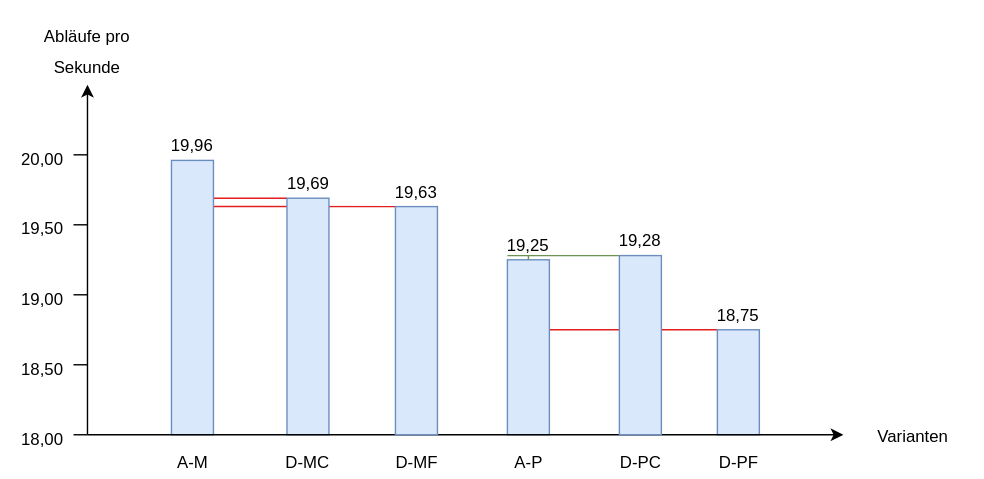
Before: svg/PerformanceReqPerSec Delay.svg, a diagram exported from draw.io (Thalmaier/bachelor-thesis). Source tidied: cells renumbered, new cells last; positions are measured from the earlier drawing's top-left corner, leaving out a move shared by most shapes.
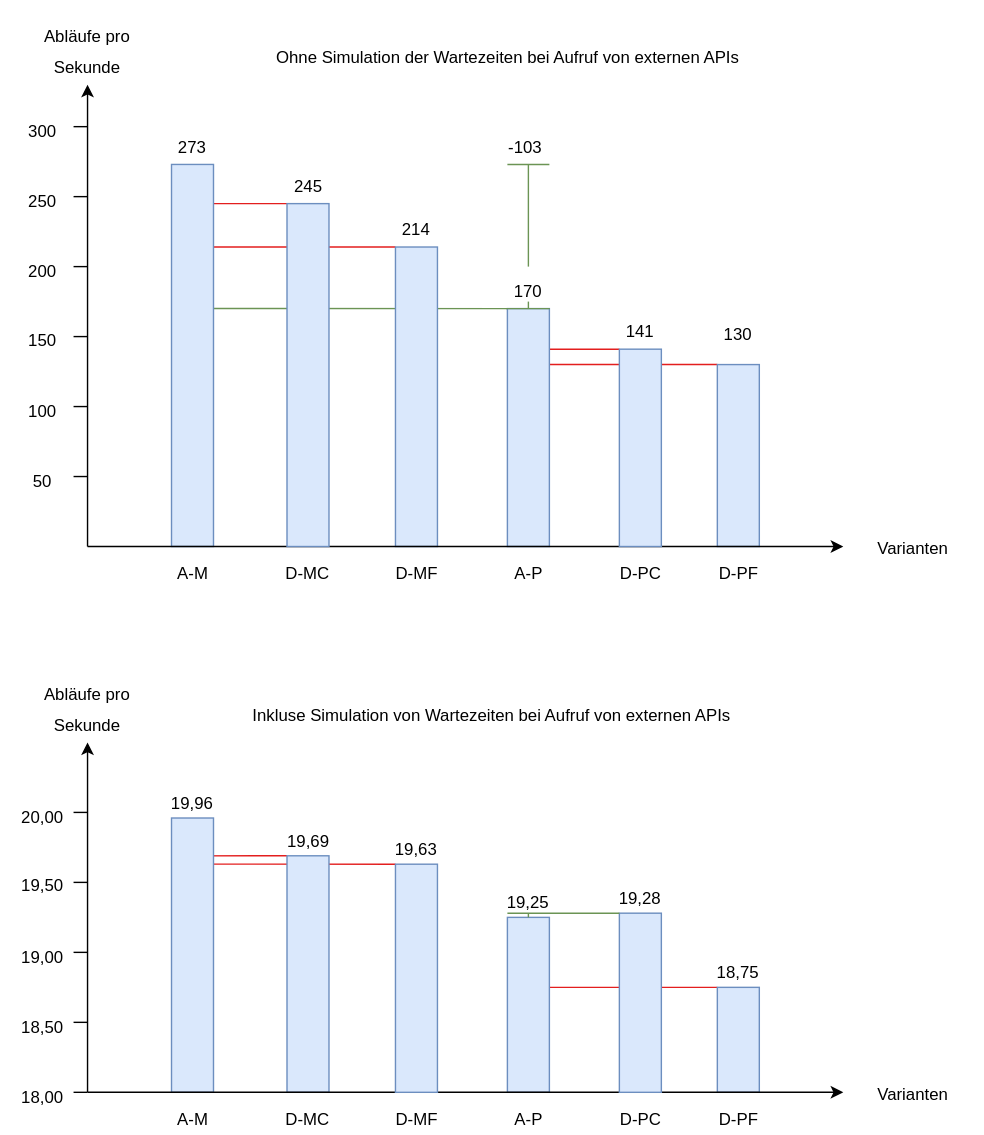
After the commit.

The edit, as a diff of the source:
```diff
@@ -139,5 +139,186 @@
         <mxPoint x="377" y="182" as="targetPoint" />
       </mxGeometry>
     </mxCell>
+    <mxCell id="40" value="50" style="text;html=1;strokeColor=none;fillColor=none;align=center;verticalAlign=middle;whiteSpace=wrap;rounded=0;" parent="1" vertex="1">
+      <mxGeometry y="-136" width="60" height="20" as="geometry" />
+    </mxCell>
+    <mxCell id="41" value="100" style="text;html=1;strokeColor=none;fillColor=none;align=center;verticalAlign=middle;whiteSpace=wrap;rounded=0;" parent="1" vertex="1">
+      <mxGeometry y="-186" width="60" height="20" as="geometry" />
+    </mxCell>
+    <mxCell id="42" value="150" style="text;html=1;strokeColor=none;fillColor=none;align=center;verticalAlign=middle;whiteSpace=wrap;rounded=0;" parent="1" vertex="1">
+      <mxGeometry y="-237" width="60" height="20" as="geometry" />
+    </mxCell>
+    <mxCell id="43" value="200" style="text;html=1;strokeColor=none;fillColor=none;align=center;verticalAlign=middle;whiteSpace=wrap;rounded=0;" parent="1" vertex="1">
+      <mxGeometry y="-286" width="60" height="20" as="geometry" />
+    </mxCell>
+    <mxCell id="44" value="250" style="text;html=1;strokeColor=none;fillColor=none;align=center;verticalAlign=middle;whiteSpace=wrap;rounded=0;" parent="1" vertex="1">
+      <mxGeometry y="-336" width="60" height="20" as="geometry" />
+    </mxCell>
+    <mxCell id="45" value="300" style="text;html=1;strokeColor=none;fillColor=none;align=center;verticalAlign=middle;whiteSpace=wrap;rounded=0;" parent="1" vertex="1">
+      <mxGeometry y="-386" width="60" height="20" as="geometry" />
+    </mxCell>
+    <mxCell id="46" style="endArrow=none;html=1;rounded=0;strokeColor=#6B9454;entryX=0;entryY=0;entryDx=0;entryDy=0;exitX=0.333;exitY=0.377;exitDx=0;exitDy=0;exitPerimeter=0;fillColor=#d5e8d4;" parent="1" edge="1" source="52" target="54">
+      <mxGeometry relative="1" as="geometry" />
+    </mxCell>
+    <mxCell id="47" style="endArrow=none;html=1;rounded=0;entryX=0;entryY=0;entryDx=0;entryDy=0;fillColor=#f8cecc;strokeColor=#E31E1E;" parent="1" edge="1" target="76">
+      <mxGeometry relative="1" as="geometry">
+        <mxPoint x="372" y="-221" as="sourcePoint" />
+      </mxGeometry>
+    </mxCell>
+    <mxCell id="48" style="endArrow=none;html=1;rounded=0;entryX=0;entryY=0;entryDx=0;entryDy=0;fillColor=#f8cecc;strokeColor=#E31E1E;" parent="1" edge="1" target="73">
+      <mxGeometry relative="1" as="geometry">
+        <mxPoint x="132" y="-325" as="sourcePoint" />
+      </mxGeometry>
+    </mxCell>
+    <mxCell id="49" style="endArrow=none;html=1;rounded=0;entryX=0;entryY=0;entryDx=0;entryDy=0;exitX=0.667;exitY=0.216;exitDx=0;exitDy=0;exitPerimeter=0;fillColor=#f8cecc;strokeColor=#E31E1E;" parent="1" edge="1" source="52" target="53">
+      <mxGeometry relative="1" as="geometry" />
+    </mxCell>
+    <mxCell id="50" style="endArrow=none;html=1;rounded=0;entryX=0;entryY=0;entryDx=0;entryDy=0;fillColor=#f8cecc;strokeColor=#E31E1E;" parent="1" edge="1" target="55">
+      <mxGeometry relative="1" as="geometry">
+        <mxPoint x="382" y="-210" as="sourcePoint" />
+      </mxGeometry>
+    </mxCell>
+    <mxCell id="51" style="endArrow=classic;html=1;rounded=0;strokeColor=#000000;" parent="1" edge="1">
+      <mxGeometry relative="1" as="geometry">
+        <mxPoint x="62" y="-80" as="sourcePoint" />
+        <mxPoint x="62" y="-410" as="targetPoint" />
+      </mxGeometry>
+    </mxCell>
+    <mxCell id="52" style="rounded=0;whiteSpace=wrap;html=1;rotation=0;fillColor=#dae8fc;strokeColor=#6c8ebf;" parent="1" vertex="1">
+      <mxGeometry x="122" y="-353" width="30" height="273" as="geometry" />
+    </mxCell>
+    <mxCell id="53" style="rounded=0;whiteSpace=wrap;html=1;rotation=0;fillColor=#dae8fc;strokeColor=#6c8ebf;" parent="1" vertex="1">
+      <mxGeometry x="282" y="-294" width="30" height="214" as="geometry" />
+    </mxCell>
+    <mxCell id="54" style="rounded=0;whiteSpace=wrap;html=1;rotation=0;fillColor=#dae8fc;strokeColor=#6c8ebf;" parent="1" vertex="1">
+      <mxGeometry x="362" y="-250" width="30" height="170" as="geometry" />
+    </mxCell>
+    <mxCell id="55" style="rounded=0;whiteSpace=wrap;html=1;rotation=0;fillColor=#dae8fc;strokeColor=#6c8ebf;" parent="1" vertex="1">
+      <mxGeometry x="512" y="-210" width="30" height="130" as="geometry" />
+    </mxCell>
+    <mxCell id="56" value="273" style="text;html=1;strokeColor=none;fillColor=none;align=center;verticalAlign=middle;whiteSpace=wrap;rounded=0;" parent="1" vertex="1">
+      <mxGeometry x="107" y="-375" width="60" height="20" as="geometry" />
+    </mxCell>
+    <mxCell id="57" value="214" style="text;html=1;strokeColor=none;fillColor=none;align=center;verticalAlign=middle;whiteSpace=wrap;rounded=0;" parent="1" vertex="1">
+      <mxGeometry x="267" y="-316" width="60" height="20" as="geometry" />
+    </mxCell>
+    <mxCell id="58" value="130" style="text;html=1;strokeColor=none;fillColor=none;align=center;verticalAlign=middle;whiteSpace=wrap;rounded=0;" parent="1" vertex="1">
+      <mxGeometry x="497" y="-241" width="60" height="20" as="geometry" />
+    </mxCell>
+    <mxCell id="59" value="D-PF" style="text;html=1;strokeColor=none;fillColor=none;align=center;verticalAlign=middle;whiteSpace=wrap;rounded=0;" parent="1" vertex="1">
+      <mxGeometry x="479.5" y="-70" width="95" height="20" as="geometry" />
+    </mxCell>
+    <mxCell id="60" value="A-M" style="text;html=1;strokeColor=none;fillColor=none;align=center;verticalAlign=middle;whiteSpace=wrap;rounded=0;" parent="1" vertex="1">
+      <mxGeometry x="89.5" y="-70" width="95" height="20" as="geometry" />
+    </mxCell>
+    <mxCell id="61" value="D-MF" style="text;html=1;strokeColor=none;fillColor=none;align=center;verticalAlign=middle;whiteSpace=wrap;rounded=0;" parent="1" vertex="1">
+      <mxGeometry x="249.5" y="-70" width="95" height="20" as="geometry" />
+    </mxCell>
+    <mxCell id="62" value="A-P" style="text;html=1;strokeColor=none;fillColor=none;align=center;verticalAlign=middle;whiteSpace=wrap;rounded=0;" parent="1" vertex="1">
+      <mxGeometry x="329.5" y="-70" width="95" height="20" as="geometry" />
+    </mxCell>
+    <mxCell id="63" value="Varianten" style="text;html=1;strokeColor=none;fillColor=none;align=center;verticalAlign=middle;whiteSpace=wrap;rounded=0;" parent="1" vertex="1">
+      <mxGeometry x="602" y="-93" width="100" height="30" as="geometry" />
+    </mxCell>
+    <mxCell id="64" value="Abläufe pro" style="text;strokeColor=none;fillColor=none;align=center;verticalAlign=middle;rounded=0;" parent="1" vertex="1">
+      <mxGeometry x="12" y="-470" width="100" height="50" as="geometry" />
+    </mxCell>
+    <mxCell id="65" style="endArrow=none;html=1;rounded=0;strokeColor=#000000;" parent="1" edge="1">
+      <mxGeometry relative="1" as="geometry">
+        <mxPoint x="52" y="-130" as="sourcePoint" />
+        <mxPoint x="62" y="-130" as="targetPoint" />
+      </mxGeometry>
+    </mxCell>
+    <mxCell id="66" style="endArrow=none;html=1;rounded=0;strokeColor=#000000;" parent="1" edge="1">
+      <mxGeometry relative="1" as="geometry">
+        <mxPoint x="52" y="-180" as="sourcePoint" />
+        <mxPoint x="62" y="-180" as="targetPoint" />
+      </mxGeometry>
+    </mxCell>
+    <mxCell id="67" style="endArrow=none;html=1;rounded=0;strokeColor=#000000;" parent="1" edge="1">
+      <mxGeometry relative="1" as="geometry">
+        <mxPoint x="52" y="-230" as="sourcePoint" />
+        <mxPoint x="62" y="-230" as="targetPoint" />
+      </mxGeometry>
+    </mxCell>
+    <mxCell id="68" style="endArrow=none;html=1;rounded=0;strokeColor=#000000;" parent="1" edge="1">
+      <mxGeometry relative="1" as="geometry">
+        <mxPoint x="52" y="-280" as="sourcePoint" />
+        <mxPoint x="62" y="-280" as="targetPoint" />
+      </mxGeometry>
+    </mxCell>
+    <mxCell id="69" style="endArrow=none;html=1;rounded=0;strokeColor=#000000;" parent="1" edge="1">
+      <mxGeometry relative="1" as="geometry">
+        <mxPoint x="52" y="-330" as="sourcePoint" />
+        <mxPoint x="62" y="-330" as="targetPoint" />
+      </mxGeometry>
+    </mxCell>
+    <mxCell id="70" style="endArrow=none;html=1;rounded=0;strokeColor=#000000;" parent="1" edge="1">
+      <mxGeometry relative="1" as="geometry">
+        <mxPoint x="52" y="-380" as="sourcePoint" />
+        <mxPoint x="62" y="-380" as="targetPoint" />
+      </mxGeometry>
+    </mxCell>
+    <mxCell id="71" style="endArrow=classic;html=1;rounded=0;endFill=1;strokeColor=#000000;" parent="1" edge="1">
+      <mxGeometry relative="1" as="geometry">
+        <mxPoint x="62" y="-80" as="sourcePoint" />
+        <mxPoint x="602" y="-80" as="targetPoint" />
+      </mxGeometry>
+    </mxCell>
+    <mxCell id="72" value="Sekunde" style="text;strokeColor=none;fillColor=none;align=center;verticalAlign=middle;rounded=0;" parent="1" vertex="1">
+      <mxGeometry x="12" y="-448" width="100" height="50" as="geometry" />
+    </mxCell>
+    <mxCell id="73" style="rounded=0;whiteSpace=wrap;html=1;rotation=0;fillColor=#dae8fc;strokeColor=#6c8ebf;" parent="1" vertex="1">
+      <mxGeometry x="204.5" y="-325" width="30" height="245" as="geometry" />
+    </mxCell>
+    <mxCell id="74" value="245" style="text;html=1;strokeColor=none;fillColor=none;align=center;verticalAlign=middle;whiteSpace=wrap;rounded=0;" parent="1" vertex="1">
+      <mxGeometry x="189.5" y="-347" width="60" height="20" as="geometry" />
+    </mxCell>
+    <mxCell id="75" value="D-MC" style="text;html=1;strokeColor=none;fillColor=none;align=center;verticalAlign=middle;whiteSpace=wrap;rounded=0;" parent="1" vertex="1">
+      <mxGeometry x="172" y="-70" width="95" height="20" as="geometry" />
+    </mxCell>
+    <mxCell id="76" style="rounded=0;whiteSpace=wrap;html=1;rotation=0;fillColor=#dae8fc;strokeColor=#6c8ebf;" parent="1" vertex="1">
+      <mxGeometry x="442" y="-221" width="30" height="141" as="geometry" />
+    </mxCell>
+    <mxCell id="77" value="D-PC" style="text;html=1;strokeColor=none;fillColor=none;align=center;verticalAlign=middle;whiteSpace=wrap;rounded=0;" parent="1" vertex="1">
+      <mxGeometry x="409.5" y="-70" width="95" height="20" as="geometry" />
+    </mxCell>
+    <mxCell id="78" value="141" style="text;html=1;strokeColor=none;fillColor=none;align=center;verticalAlign=middle;whiteSpace=wrap;rounded=0;" parent="1" vertex="1">
+      <mxGeometry x="427" y="-243" width="60" height="20" as="geometry" />
+    </mxCell>
+    <mxCell id="79" value="-103" style="text;html=1;strokeColor=none;fillColor=none;align=center;verticalAlign=middle;whiteSpace=wrap;rounded=0;" parent="1" vertex="1">
+      <mxGeometry x="345" y="-375" width="60" height="20" as="geometry" />
+    </mxCell>
+    <mxCell id="80" style="endArrow=none;html=1;rounded=0;strokeColor=#6B9454;" parent="1" edge="1">
+      <mxGeometry relative="1" as="geometry">
+        <mxPoint x="377" y="-280" as="sourcePoint" />
+        <mxPoint x="377" y="-353" as="targetPoint" />
+      </mxGeometry>
+    </mxCell>
+    <mxCell id="81" style="endArrow=none;html=1;rounded=0;strokeColor=#6B9454;" parent="1" edge="1">
+      <mxGeometry relative="1" as="geometry">
+        <mxPoint x="392" y="-353" as="sourcePoint" />
+        <mxPoint x="362" y="-353" as="targetPoint" />
+      </mxGeometry>
+    </mxCell>
+    <mxCell id="82" style="endArrow=none;html=1;rounded=0;strokeColor=#6B9454;exitX=1.01;exitY=0;exitDx=0;exitDy=0;exitPerimeter=0;" parent="1" edge="1" source="54">
+      <mxGeometry relative="1" as="geometry">
+        <mxPoint x="361" y="-250" as="targetPoint" />
+      </mxGeometry>
+    </mxCell>
+    <mxCell id="83" value="170" style="text;html=1;strokeColor=none;fillColor=none;align=center;verticalAlign=middle;whiteSpace=wrap;rounded=0;" parent="1" vertex="1">
+      <mxGeometry x="347" y="-272" width="60" height="20" as="geometry" />
+    </mxCell>
+    <mxCell id="84" style="endArrow=none;html=1;rounded=0;strokeColor=#6B9454;exitX=0.5;exitY=0;exitDx=0;exitDy=0;" parent="1" edge="1" source="54">
+      <mxGeometry relative="1" as="geometry">
+        <mxPoint x="377" y="-255" as="targetPoint" />
+      </mxGeometry>
+    </mxCell>
+    <mxCell id="85" value="Inkluse Simulation von Wartezeiten bei Aufruf von externen APIs" style="text;strokeColor=none;fillColor=none;align=center;verticalAlign=middle;rounded=0;" parent="1" vertex="1">
+      <mxGeometry x="139" y="30" width="424" height="20" as="geometry" />
+    </mxCell>
+    <mxCell id="86" value="Ohne Simulation der Wartezeiten bei Aufruf von externen APIs" style="text;strokeColor=none;fillColor=none;align=center;verticalAlign=middle;rounded=0;" parent="1" vertex="1">
+      <mxGeometry x="150.5" y="-440" width="424" height="20" as="geometry" />
+    </mxCell>
   </root>
 </mxGraphModel>
```
